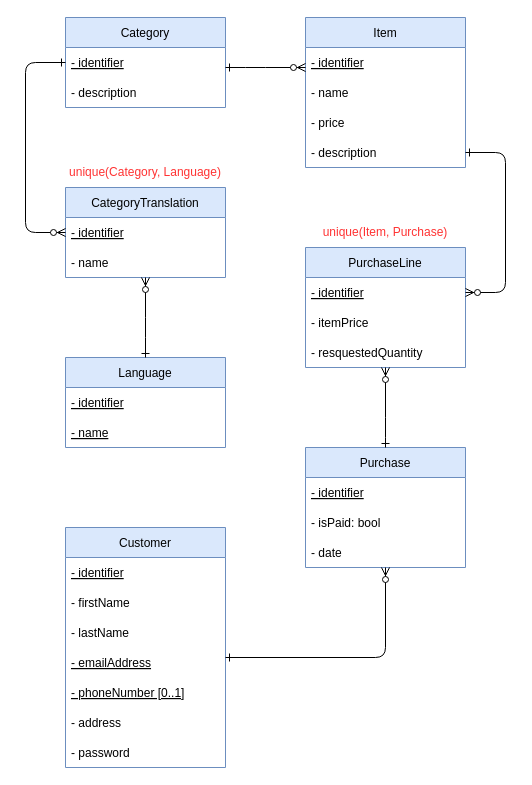
The draw.io diagram diagram/entity_relationship_diagram.drawio in JobeanSmith/Cyberware, before the edit. Source tidied: cells renumbered, new cells numbered last; positions are measured from the earlier drawing's top-left corner, leaving out a move shared by most shapes. Both pictures are drawn from the tidied source at 100%, with x=0, y=0 at pixel (25, 17).
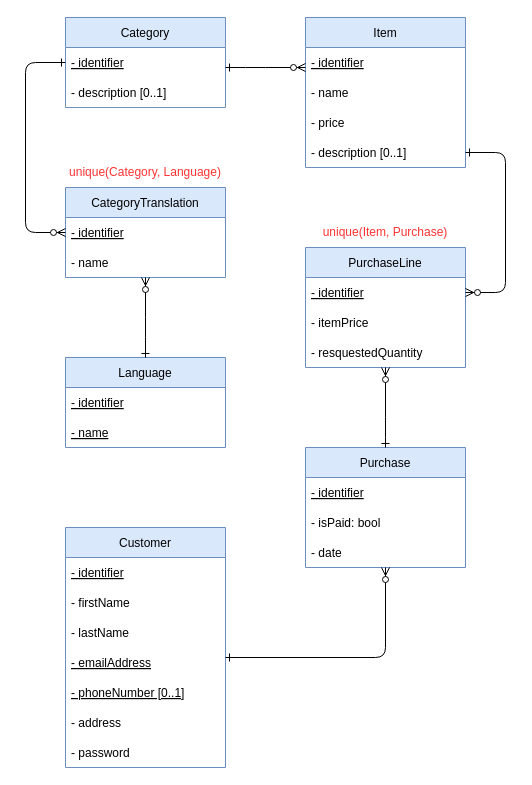
The same page after the edit.

The change refers to these unchanged cells:
```xml
<mxCell id="2" value="Item" style="swimlane;fontStyle=0;horizontal=1;startSize=30;fillColor=#dae8fc;strokeColor=#6c8ebf;" parent="1" vertex="1">
  <mxGeometry x="280" width="160" height="150" as="geometry" />
</mxCell>
<mxCell id="7" value="Category" style="swimlane;fontStyle=0;horizontal=1;startSize=30;fillColor=#dae8fc;strokeColor=#6c8ebf;" parent="1" vertex="1">
  <mxGeometry x="40" width="160" height="90" as="geometry" />
</mxCell>
```

The edit, as a diff of the source:
```diff
@@
-    <mxCell id="6" value="- description" style="text;strokeColor=none;fillColor=none;align=left;verticalAlign=middle;spacingLeft=4;spacingRight=4;overflow=hidden;points=[[0,0.5],[1,0.5]];portConstraint=eastwest;" parent="2" vertex="1">
+    <mxCell id="6" value="- description [0..1]" style="text;strokeColor=none;fillColor=none;align=left;verticalAlign=middle;spacingLeft=4;spacingRight=4;overflow=hidden;points=[[0,0.5],[1,0.5]];portConstraint=eastwest;" parent="2" vertex="1">
       <mxGeometry y="120" width="160" height="30" as="geometry" />
     </mxCell>
@@
-    <mxCell id="9" value="- description" style="text;strokeColor=none;fillColor=none;align=left;verticalAlign=middle;spacingLeft=4;spacingRight=4;overflow=hidden;" parent="7" vertex="1">
+    <mxCell id="9" value="- description [0..1]" style="text;strokeColor=none;fillColor=none;align=left;verticalAlign=middle;spacingLeft=4;spacingRight=4;overflow=hidden;" parent="7" vertex="1">
       <mxGeometry y="60" width="160" height="30" as="geometry" />
     </mxCell>
```
